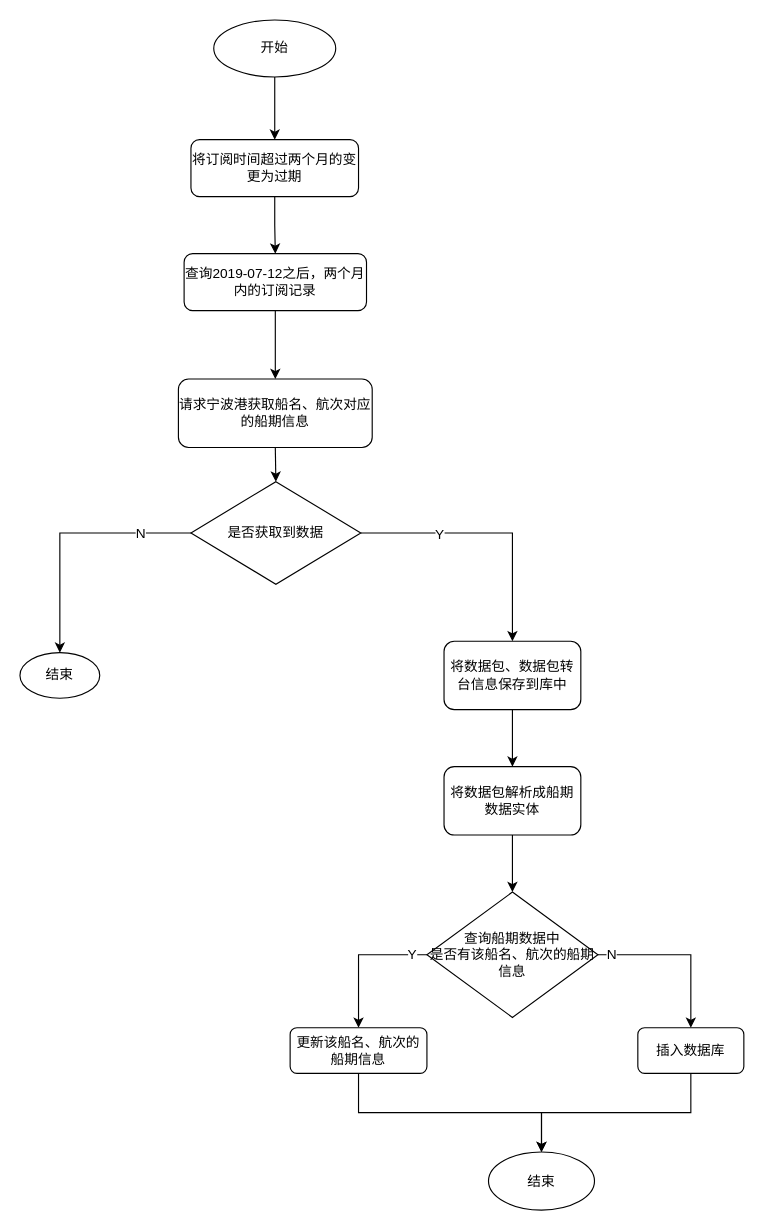
Above: port-manager/宁波港获取船期信息定时任务.drawio in caixuecheng/track-drawio (draw.io), before the change. Source tidied: cells renumbered, new cells numbered last; positions are measured from the earlier drawing's top-left corner, leaving out a move shared by most shapes. Both pictures are drawn from the tidied source at 114%, with x=0, y=0 at pixel (19, 19).
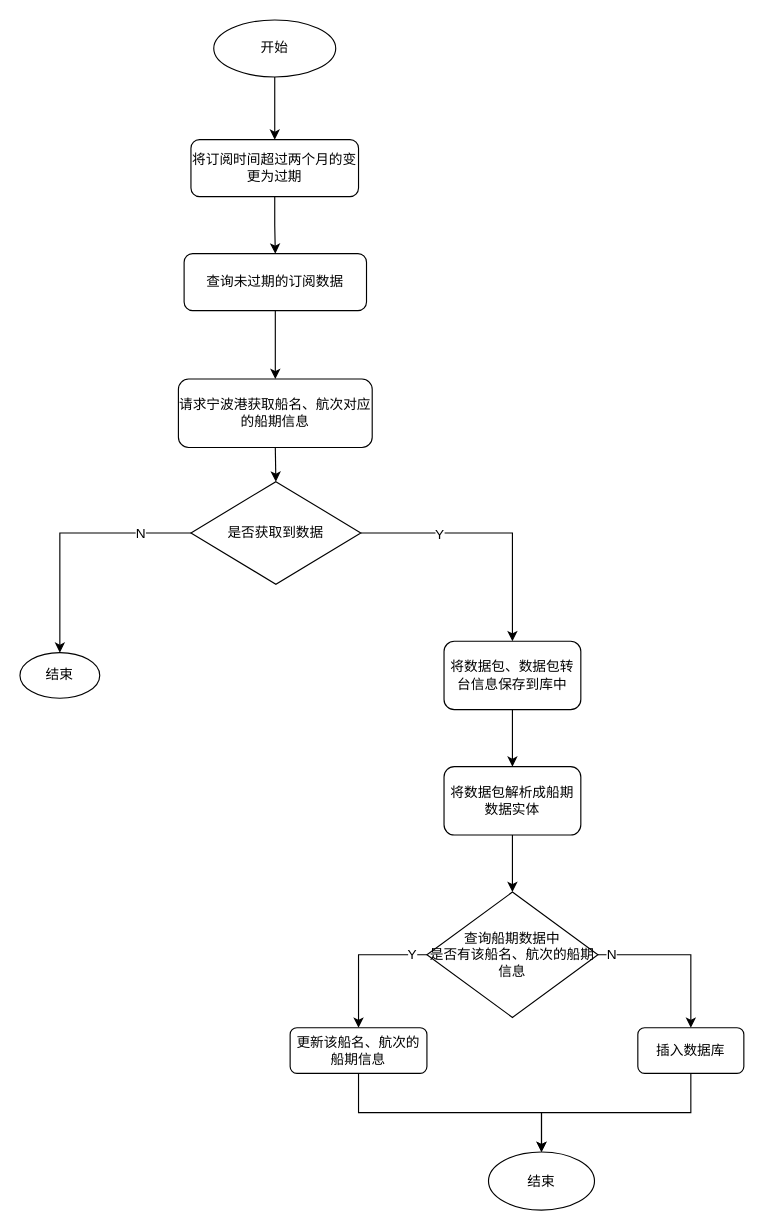
The same diagram, later.

Commit message:
更新宁波港获取船期信息定时任务.drawio

Change to the diagram source:
```diff
@@
-    <mxCell id="7" value="查询2019-07-12之后，两个月内的订阅记录" style="rounded=1;whiteSpace=wrap;html=1;" parent="1" vertex="1">
+    <mxCell id="7" value="查询未过期的订阅数据" style="rounded=1;whiteSpace=wrap;html=1;" parent="1" vertex="1">
       <mxGeometry x="144" y="205" width="160" height="50" as="geometry" />
     </mxCell>
```
